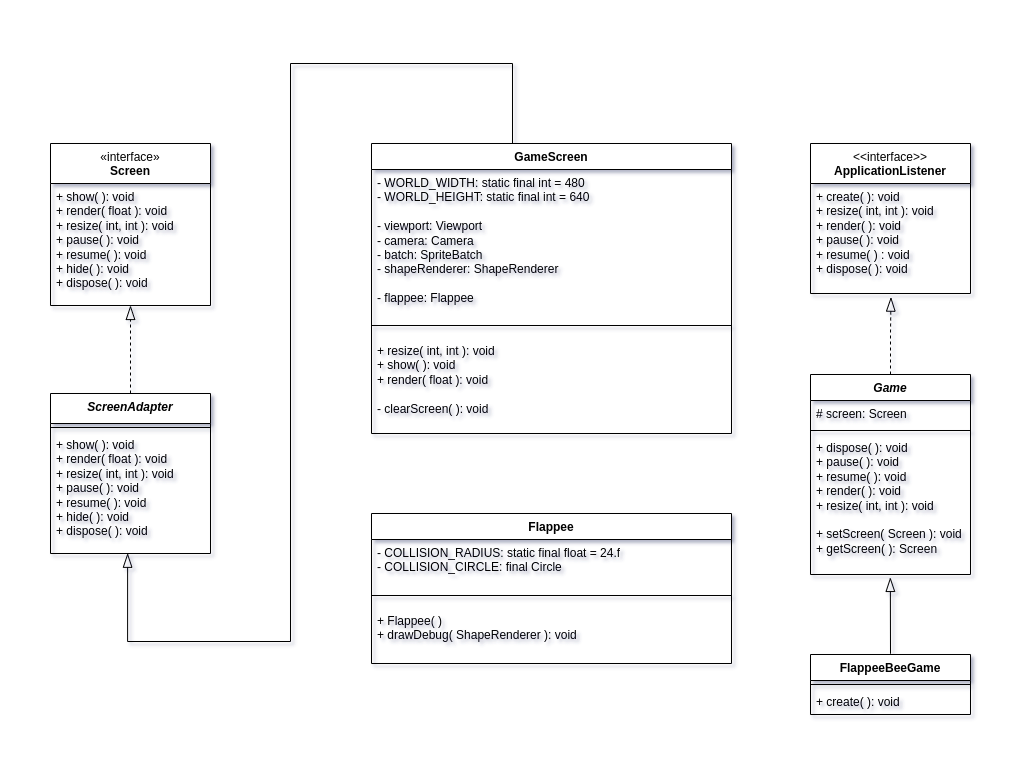
Earlier version of the draw.io export Flappee_Java_GDX_UML.drawio.png (marcoscheuerer/Flappee_Java_GDX). Source tidied: cells renumbered, new cells last; positions are measured from the earlier drawing's top-left corner, leaving out a move shared by most shapes.
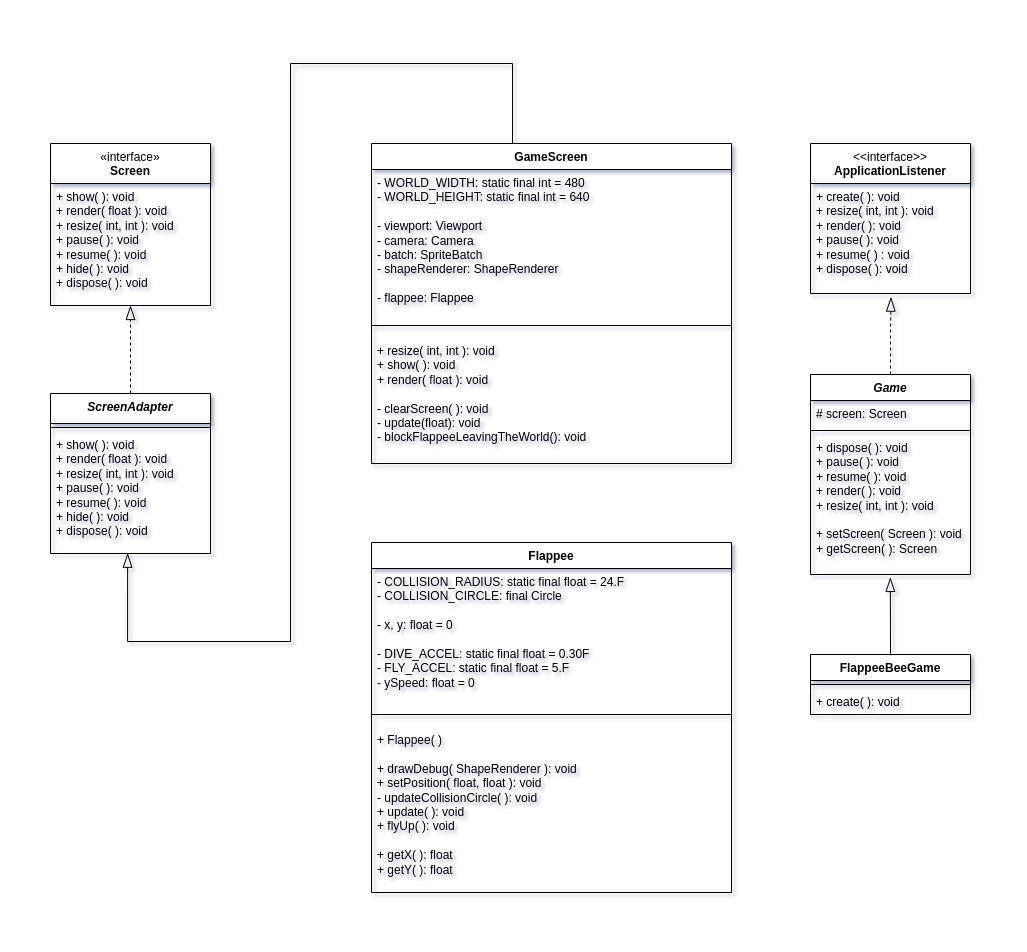
The same file after the commit.

Commit message:
Pyhsical motion and border collision of Flappee implemented

Change to the diagram source:
```diff
@@ -14,7 +14,7 @@
       </mxGeometry>
     </mxCell>
     <mxCell id="3" value="GameScreen" style="swimlane;fontStyle=1;align=center;verticalAlign=top;horizontal=1;startSize=26;whiteSpace=wrap;html=1;" parent="1" vertex="1">
-      <mxGeometry x="321" y="80" width="360" height="290" as="geometry" />
+      <mxGeometry x="321" y="80" width="360" height="320" as="geometry" />
     </mxCell>
     <mxCell id="4" value="- WORLD_WIDTH: static final int = 480&lt;br&gt;- WORLD_HEIGHT: static final int = 640&lt;br&gt;&lt;br&gt;- viewport: Viewport&lt;br&gt;- camera: Camera&lt;br&gt;- batch: SpriteBatch&lt;br&gt;- shapeRenderer: ShapeRenderer&lt;br&gt;&lt;br&gt;- flappee: Flappee&lt;br&gt;&lt;br&gt;" style="text;strokeColor=none;fillColor=none;align=left;verticalAlign=top;spacingLeft=4;spacingRight=4;overflow=hidden;whiteSpace=wrap;html=1;" parent="3" vertex="1">
       <mxGeometry y="26" width="360" height="144" as="geometry" />
@@ -22,8 +22,8 @@
     <mxCell id="5" style="line;strokeWidth=1;fillColor=none;align=left;verticalAlign=middle;spacingTop=-1;spacingLeft=3;spacingRight=3;labelPosition=right;strokeColor=inherit;" parent="3" vertex="1">
       <mxGeometry y="170" width="360" height="24" as="geometry" />
     </mxCell>
-    <mxCell id="6" value="+ resize( int, int ): void&lt;br&gt;+ show( ): void&lt;br&gt;+ render( float ): void&lt;br&gt;&lt;br&gt;- clearScreen( ): void" style="text;strokeColor=none;fillColor=none;align=left;verticalAlign=top;spacingLeft=4;spacingRight=4;overflow=hidden;whiteSpace=wrap;html=1;" parent="3" vertex="1">
-      <mxGeometry y="194" width="360" height="96" as="geometry" />
+    <mxCell id="6" value="+ resize( int, int ): void&lt;br&gt;+ show( ): void&lt;br&gt;+ render( float ): void&lt;br&gt;&lt;br&gt;- clearScreen( ): void&lt;br&gt;- update(float): void&lt;br&gt;- blockFlappeeLeavingTheWorld(): void" style="text;strokeColor=none;fillColor=none;align=left;verticalAlign=top;spacingLeft=4;spacingRight=4;overflow=hidden;whiteSpace=wrap;html=1;" parent="3" vertex="1">
+      <mxGeometry y="194" width="360" height="126" as="geometry" />
     </mxCell>
     <mxCell id="7" value="&lt;span style=&quot;font-weight: normal;&quot;&gt;«interface»&lt;/span&gt;&lt;br&gt;Screen" style="swimlane;fontStyle=1;align=center;verticalAlign=top;horizontal=1;startSize=40;whiteSpace=wrap;html=1;" parent="1" vertex="1">
       <mxGeometry y="80" width="160" height="162" as="geometry" />
@@ -47,16 +47,16 @@
       <mxGeometry y="38" width="160" height="122" as="geometry" />
     </mxCell>
     <mxCell id="14" value="Flappee" style="swimlane;fontStyle=1;align=center;verticalAlign=top;horizontal=1;startSize=26;whiteSpace=wrap;html=1;" parent="1" vertex="1">
-      <mxGeometry x="321" y="450" width="360" height="150" as="geometry" />
+      <mxGeometry x="321" y="479" width="360" height="350" as="geometry" />
     </mxCell>
-    <mxCell id="15" value="- COLLISION_RADIUS: static final float = 24.f&lt;br&gt;- COLLISION_CIRCLE: final Circle&lt;br&gt;&lt;br&gt;- x, y: float = 0" style="text;strokeColor=none;fillColor=none;align=left;verticalAlign=top;spacingLeft=4;spacingRight=4;overflow=hidden;whiteSpace=wrap;html=1;" parent="14" vertex="1">
-      <mxGeometry y="26" width="360" height="44" as="geometry" />
+    <mxCell id="15" value="- COLLISION_RADIUS: static final float = 24.F&lt;br&gt;- COLLISION_CIRCLE: final Circle&lt;br&gt;&lt;br&gt;- x, y: float = 0&lt;br&gt;&lt;br&gt;- DIVE_ACCEL: static final float = 0.30F&lt;br style=&quot;border-color: var(--border-color);&quot;&gt;- FLY_ACCEL: static final float = 5.F&lt;br style=&quot;border-color: var(--border-color);&quot;&gt;- ySpeed: float = 0" style="text;strokeColor=none;fillColor=none;align=left;verticalAlign=top;spacingLeft=4;spacingRight=4;overflow=hidden;whiteSpace=wrap;html=1;" parent="14" vertex="1">
+      <mxGeometry y="26" width="360" height="134" as="geometry" />
     </mxCell>
     <mxCell id="16" style="line;strokeWidth=1;fillColor=none;align=left;verticalAlign=middle;spacingTop=-1;spacingLeft=3;spacingRight=3;labelPosition=right;strokeColor=inherit;" parent="14" vertex="1">
-      <mxGeometry y="70" width="360" height="24" as="geometry" />
+      <mxGeometry y="160" width="360" height="24" as="geometry" />
     </mxCell>
-    <mxCell id="17" value="+ Flappee( )&lt;br&gt;+ drawDebug( ShapeRenderer ): void" style="text;strokeColor=none;fillColor=none;align=left;verticalAlign=top;spacingLeft=4;spacingRight=4;overflow=hidden;whiteSpace=wrap;html=1;" parent="14" vertex="1">
-      <mxGeometry y="94" width="360" height="56" as="geometry" />
+    <mxCell id="17" value="+ Flappee( )&lt;br&gt;&lt;br&gt;+ drawDebug( ShapeRenderer ): void&lt;br&gt;+ setPosition( float, float ): void&lt;br&gt;- updateCollisionCircle( ): void&lt;br&gt;+ update( ): void&lt;br&gt;+ flyUp( ): void&lt;br&gt;&lt;br&gt;+ getX( ): float&lt;br&gt;+ getY( ): float" style="text;strokeColor=none;fillColor=none;align=left;verticalAlign=top;spacingLeft=4;spacingRight=4;overflow=hidden;whiteSpace=wrap;html=1;" parent="14" vertex="1">
+      <mxGeometry y="184" width="360" height="166" as="geometry" />
     </mxCell>
     <mxCell id="18" style="edgeStyle=orthogonalEdgeStyle;rounded=0;jettySize=auto;html=1;entryX=0.499;entryY=1.021;entryDx=0;entryDy=0;entryPerimeter=0;endArrow=blockThin;endFill=0;endSize=12;" parent="1" edge="1" source="19" target="26">
       <mxGeometry relative="1" as="geometry">
```
